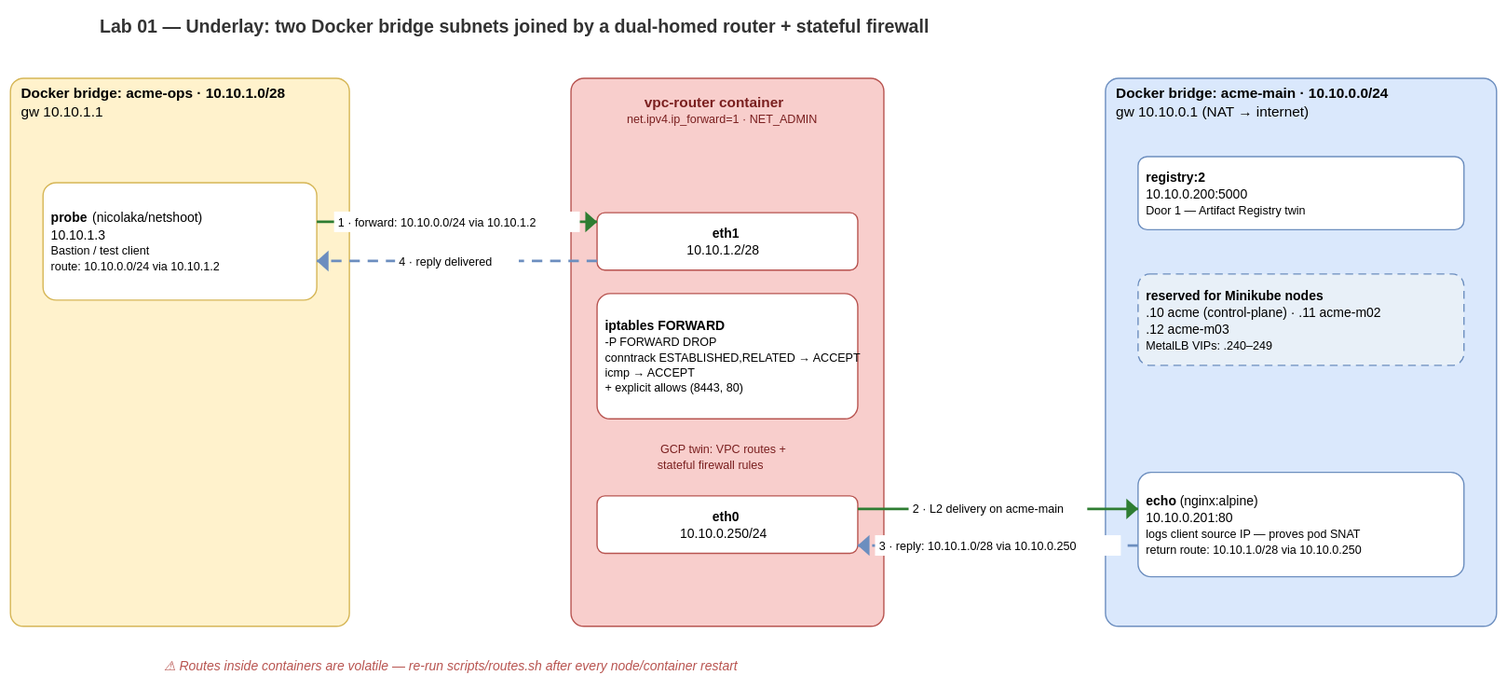
Above: docs/diagrams/lab01-underlay-topology.drawio.svg in nitinkc/KubernetesConcepts (draw.io), before the change. Source tidied: cells renumbered, new cells last; positions are measured from the earlier drawing's top-left corner, leaving out a move shared by most shapes.
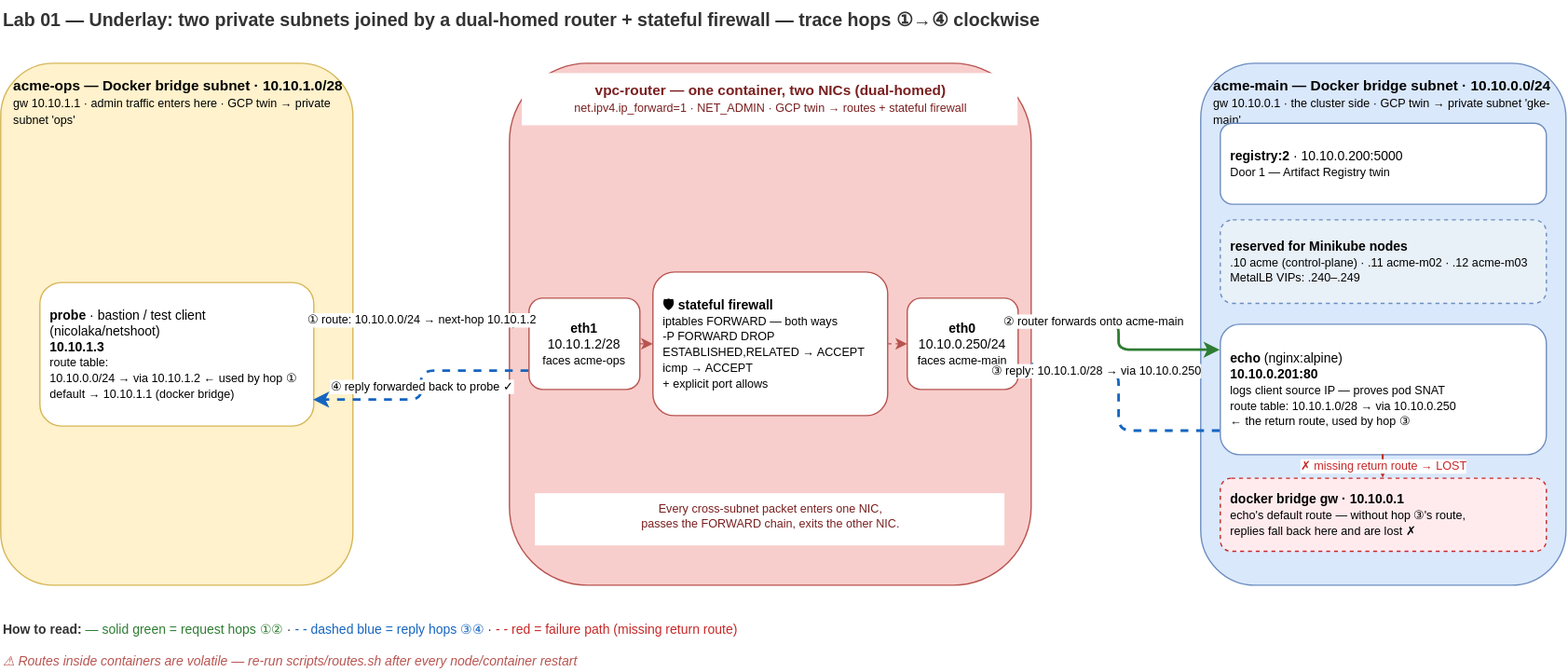
The same file after the commit.

What changed in the source:
```diff
@@ -2,59 +2,74 @@
   <root>
     <mxCell id="0" />
     <mxCell id="1" parent="0" />
-    <mxCell id="2" value="Lab 01 — Underlay: two Docker bridge subnets joined by a dual-homed router + stateful firewall" style="text;html=1;fillColor=#ffffff;fontSize=14;fontStyle=1;fontColor=#333333;" parent="1" vertex="1">
-      <mxGeometry width="900" height="24" as="geometry" />
+    <mxCell id="2" value="Lab 01 — Underlay: two private subnets joined by a dual-homed router + stateful firewall — trace hops ①→④ clockwise" style="text;html=1;fillColor=#ffffff;fontSize=14;fontStyle=1;fontColor=#333333;" parent="1" vertex="1">
+      <mxGeometry width="1100" height="24" as="geometry" />
     </mxCell>
-    <mxCell id="3" value="&lt;b&gt;Docker bridge: acme-ops · 10.10.1.0/28&lt;/b&gt;&lt;br/&gt;gw 10.10.1.1" style="rounded=1;whiteSpace=wrap;html=1;fillColor=#fff2cc;strokeColor=#d6b656;verticalAlign=top;align=left;spacingLeft=8;spacingTop=4;fontSize=11;" parent="1" vertex="1">
-      <mxGeometry y="52" width="260" height="420" as="geometry" />
+    <mxCell id="3" value="&lt;b&gt;acme-ops — Docker bridge subnet · 10.10.1.0/28&lt;/b&gt;&lt;br/&gt;&lt;font style=&quot;font-size:9px&quot;&gt;gw 10.10.1.1 · admin traffic enters here · GCP twin → private subnet 'ops'&lt;/font&gt;" style="rounded=1;whiteSpace=wrap;html=1;fillColor=#fff2cc;strokeColor=#d6b656;verticalAlign=top;align=left;spacingLeft=8;spacingTop=4;fontSize=11;" parent="1" vertex="1">
+      <mxGeometry y="48" width="270" height="400" as="geometry" />
     </mxCell>
-    <mxCell id="4" value="&lt;b&gt;probe&lt;/b&gt; (nicolaka/netshoot)&lt;br/&gt;10.10.1.3&lt;br/&gt;&lt;font style=&quot;font-size:9px&quot;&gt;Bastion / test client&lt;br/&gt;route: 10.10.0.0/24 via 10.10.1.2&lt;/font&gt;" style="rounded=1;whiteSpace=wrap;html=1;fillColor=#ffffff;strokeColor=#d6b656;fontSize=10;align=left;spacingLeft=6;" parent="3" vertex="1">
-      <mxGeometry x="25" y="80" width="210" height="90" as="geometry" />
+    <mxCell id="4" value="&lt;b&gt;probe&lt;/b&gt; · bastion / test client&lt;br/&gt;(nicolaka/netshoot)&lt;br/&gt;&lt;b&gt;10.10.1.3&lt;/b&gt;&lt;br/&gt;&lt;font style=&quot;font-size:9px&quot;&gt;route table:&lt;br/&gt;10.10.0.0/24 → via 10.10.1.2 ← used by hop ①&lt;br/&gt;default → 10.10.1.1 (docker bridge)&lt;/font&gt;" style="rounded=1;whiteSpace=wrap;html=1;fillColor=#ffffff;strokeColor=#d6b656;fontSize=10;align=left;spacingLeft=6;" parent="3" vertex="1">
+      <mxGeometry x="30" y="168" width="210" height="110" as="geometry" />
     </mxCell>
     <mxCell id="5" style="rounded=1;whiteSpace=wrap;html=1;fillColor=#f8cecc;strokeColor=#b85450;verticalAlign=top;align=center;spacingTop=4;fontSize=11;" parent="1" vertex="1">
-      <mxGeometry x="430" y="52" width="240" height="420" as="geometry" />
+      <mxGeometry x="390" y="48" width="400" height="400" as="geometry" />
     </mxCell>
-    <mxCell id="6" value="&lt;b&gt;vpc-router container&lt;/b&gt;&lt;br/&gt;&lt;font style=&quot;font-size:9px&quot;&gt;net.ipv4.ip_forward=1 · NET_ADMIN&lt;/font&gt;" style="text;html=1;fillColor=#ffffff;fontSize=11;fontColor=#7a1f1f;align=center;" parent="5" vertex="1">
-      <mxGeometry x="10" y="6" width="220" height="36" as="geometry" />
+    <mxCell id="6" value="&lt;b&gt;vpc-router — one container, two NICs (dual-homed)&lt;/b&gt;&lt;br/&gt;&lt;font style=&quot;font-size:9px&quot;&gt;net.ipv4.ip_forward=1 · NET_ADMIN · GCP twin → routes + stateful firewall&lt;/font&gt;" style="text;html=1;fillColor=#ffffff;fontSize=11;fontColor=#7a1f1f;align=center;" parent="5" vertex="1">
+      <mxGeometry x="10" y="8" width="380" height="40" as="geometry" />
     </mxCell>
-    <mxCell id="7" value="&lt;b&gt;eth1&lt;/b&gt;&lt;br/&gt;10.10.1.2/28" style="rounded=1;whiteSpace=wrap;html=1;fillColor=#ffffff;strokeColor=#b85450;fontSize=10;" parent="5" vertex="1">
-      <mxGeometry x="20" y="103" width="200" height="44" as="geometry" />
+    <mxCell id="7" value="&lt;b&gt;eth1&lt;/b&gt;&lt;br/&gt;10.10.1.2/28&lt;br/&gt;&lt;font style=&quot;font-size:9px&quot;&gt;faces acme-ops&lt;/font&gt;" style="rounded=1;whiteSpace=wrap;html=1;fillColor=#ffffff;strokeColor=#b85450;fontSize=10;" parent="5" vertex="1">
+      <mxGeometry x="15" y="180" width="85" height="70" as="geometry" />
     </mxCell>
-    <mxCell id="8" value="&lt;b&gt;iptables FORWARD&lt;/b&gt;&lt;br/&gt;&lt;font style=&quot;font-size:9px&quot;&gt;-P FORWARD DROP&lt;br/&gt;conntrack ESTABLISHED,RELATED → ACCEPT&lt;br/&gt;icmp → ACCEPT&lt;br/&gt;+ explicit allows (8443, 80)&lt;/font&gt;" style="rounded=1;whiteSpace=wrap;html=1;fillColor=#ffffff;strokeColor=#b85450;fontSize=10;align=left;spacingLeft=6;" parent="5" vertex="1">
-      <mxGeometry x="20" y="165" width="200" height="96" as="geometry" />
-    </mxCell>
-    <mxCell id="9" value="&lt;font style=&quot;font-size:9px&quot;&gt;GCP twin: VPC routes +&lt;br/&gt;stateful firewall rules&lt;/font&gt;" style="text;html=1;fillColor=#ffffff;fontSize=9;fontColor=#7a1f1f;align=center;" parent="5" vertex="1">
-      <mxGeometry x="20" y="272" width="200" height="36" as="geometry" />
-    </mxCell>
+    <mxCell id="20" value="&lt;b&gt;🛡 stateful firewall&lt;/b&gt;&lt;br/&gt;&lt;font style=&quot;font-size:9px&quot;&gt;iptables FORWARD — both ways&lt;br/&gt;-P FORWARD DROP&lt;br/&gt;ESTABLISHED,RELATED → ACCEPT&lt;br/&gt;icmp → ACCEPT&lt;br/&gt;+ explicit port allows&lt;/font&gt;" style="rounded=1;whiteSpace=wrap;html=1;fillColor=#ffffff;strokeColor=#b85450;fontSize=10;align=left;spacingLeft=6;" parent="5" vertex="1">
+      <mxGeometry x="110" y="160" width="180" height="110" as="geometry" />
+    </mxCell>
-    <mxCell id="10" value="&lt;b&gt;eth0&lt;/b&gt;&lt;br/&gt;10.10.0.250/24" style="rounded=1;whiteSpace=wrap;html=1;fillColor=#ffffff;strokeColor=#b85450;fontSize=10;" parent="5" vertex="1">
-      <mxGeometry x="20" y="320" width="200" height="44" as="geometry" />
+    <mxCell id="10" value="&lt;b&gt;eth0&lt;/b&gt;&lt;br/&gt;10.10.0.250/24&lt;br/&gt;&lt;font style=&quot;font-size:9px&quot;&gt;faces acme-main&lt;/font&gt;" style="rounded=1;whiteSpace=wrap;html=1;fillColor=#ffffff;strokeColor=#b85450;fontSize=10;" parent="5" vertex="1">
+      <mxGeometry x="305" y="180" width="85" height="70" as="geometry" />
     </mxCell>
+    <mxCell id="21" value="&lt;font style=&quot;font-size:9px&quot;&gt;Every cross-subnet packet enters one NIC,&lt;br/&gt;passes the FORWARD chain, exits the other NIC.&lt;/font&gt;" style="text;html=1;fillColor=#ffffff;fontSize=9;fontColor=#7a1f1f;align=center;" parent="5" vertex="1">
+      <mxGeometry x="20" y="330" width="360" height="40" as="geometry" />
+    </mxCell>
+    <mxCell id="22" style="edgeStyle=orthogonalEdgeStyle;html=1;strokeColor=#b85450;strokeWidth=1;dashed=1;" parent="1" edge="1" source="7" target="20">
+      <mxGeometry relative="1" as="geometry" />
+    </mxCell>
+    <mxCell id="23" style="edgeStyle=orthogonalEdgeStyle;html=1;strokeColor=#b85450;strokeWidth=1;dashed=1;" parent="1" edge="1" source="20" target="10">
+      <mxGeometry relative="1" as="geometry" />
+    </mxCell>
-    <mxCell id="11" value="&lt;b&gt;Docker bridge: acme-main · 10.10.0.0/24&lt;/b&gt;&lt;br/&gt;gw 10.10.0.1 (NAT → internet)" style="rounded=1;whiteSpace=wrap;html=1;fillColor=#dae8fc;strokeColor=#6c8ebf;verticalAlign=top;align=left;spacingLeft=8;spacingTop=4;fontSize=11;" parent="1" vertex="1">
-      <mxGeometry x="840" y="52" width="300" height="420" as="geometry" />
+    <mxCell id="11" value="&lt;b&gt;acme-main — Docker bridge subnet · 10.10.0.0/24&lt;/b&gt;&lt;br/&gt;&lt;font style=&quot;font-size:9px&quot;&gt;gw 10.10.0.1 · the cluster side · GCP twin → private subnet 'gke-main'&lt;/font&gt;" style="rounded=1;whiteSpace=wrap;html=1;fillColor=#dae8fc;strokeColor=#6c8ebf;verticalAlign=top;align=left;spacingLeft=8;spacingTop=4;fontSize=11;" parent="1" vertex="1">
+      <mxGeometry x="920" y="48" width="280" height="400" as="geometry" />
     </mxCell>
-    <mxCell id="12" value="&lt;b&gt;registry:2&lt;/b&gt;&lt;br/&gt;10.10.0.200:5000&lt;br/&gt;&lt;font style=&quot;font-size:9px&quot;&gt;Door 1 — Artifact Registry twin&lt;/font&gt;" style="rounded=1;whiteSpace=wrap;html=1;fillColor=#ffffff;strokeColor=#6c8ebf;fontSize=10;align=left;spacingLeft=6;" parent="11" vertex="1">
-      <mxGeometry x="25" y="60" width="250" height="56" as="geometry" />
+    <mxCell id="12" value="&lt;b&gt;registry:2&lt;/b&gt; · 10.10.0.200:5000&lt;br/&gt;&lt;font style=&quot;font-size:9px&quot;&gt;Door 1 — Artifact Registry twin&lt;/font&gt;" style="rounded=1;whiteSpace=wrap;html=1;fillColor=#ffffff;strokeColor=#6c8ebf;fontSize=10;align=left;spacingLeft=6;" parent="11" vertex="1">
+      <mxGeometry x="15" y="46" width="250" height="62" as="geometry" />
     </mxCell>
-    <mxCell id="13" value="&lt;b&gt;reserved for Minikube nodes&lt;/b&gt;&lt;br/&gt;.10 acme (control-plane) · .11 acme-m02&lt;br/&gt;.12 acme-m03&lt;br/&gt;&lt;font style=&quot;font-size:9px&quot;&gt;MetalLB VIPs: .240–249&lt;/font&gt;" style="rounded=1;whiteSpace=wrap;html=1;fillColor=#e8f0f8;strokeColor=#6c8ebf;dashed=1;fontSize=10;align=left;spacingLeft=6;" parent="11" vertex="1">
-      <mxGeometry x="25" y="150" width="250" height="70" as="geometry" />
+    <mxCell id="13" value="&lt;b&gt;reserved for Minikube nodes&lt;/b&gt;&lt;br/&gt;&lt;font style=&quot;font-size:9px&quot;&gt;.10 acme (control-plane) · .11 acme-m02 · .12 acme-m03&lt;br/&gt;MetalLB VIPs: .240–.249&lt;/font&gt;" style="rounded=1;whiteSpace=wrap;html=1;fillColor=#e8f0f8;strokeColor=#6c8ebf;dashed=1;fontSize=10;align=left;spacingLeft=6;" parent="11" vertex="1">
+      <mxGeometry x="15" y="120" width="250" height="64" as="geometry" />
     </mxCell>
-    <mxCell id="14" value="&lt;b&gt;echo&lt;/b&gt; (nginx:alpine)&lt;br/&gt;10.10.0.201:80&lt;br/&gt;&lt;font style=&quot;font-size:9px&quot;&gt;logs client source IP — proves pod SNAT&lt;br/&gt;return route: 10.10.1.0/28 via 10.10.0.250&lt;/font&gt;" style="rounded=1;whiteSpace=wrap;html=1;fillColor=#ffffff;strokeColor=#6c8ebf;fontSize=10;align=left;spacingLeft=6;" parent="11" vertex="1">
-      <mxGeometry x="25" y="302" width="250" height="80" as="geometry" />
+    <mxCell id="14" value="&lt;b&gt;echo&lt;/b&gt; (nginx:alpine)&lt;br/&gt;&lt;b&gt;10.10.0.201:80&lt;/b&gt;&lt;br/&gt;&lt;font style=&quot;font-size:9px&quot;&gt;logs client source IP — proves pod SNAT&lt;br/&gt;route table: 10.10.1.0/28 → via 10.10.0.250&lt;br/&gt;← the return route, used by hop ③&lt;/font&gt;" style="rounded=1;whiteSpace=wrap;html=1;fillColor=#ffffff;strokeColor=#6c8ebf;fontSize=10;align=left;spacingLeft=6;" parent="11" vertex="1">
+      <mxGeometry x="15" y="200" width="250" height="100" as="geometry" />
     </mxCell>
+    <mxCell id="24" value="&lt;b&gt;docker bridge gw · 10.10.0.1&lt;/b&gt;&lt;br/&gt;&lt;font style=&quot;font-size:9px&quot;&gt;echo's default route — without hop ③'s route,&lt;br/&gt;replies fall back here and are lost ✗&lt;/font&gt;" style="rounded=1;whiteSpace=wrap;html=1;fillColor=#ffebee;strokeColor=#c62828;dashed=1;fontSize=10;align=left;spacingLeft=6;" parent="11" vertex="1">
+      <mxGeometry x="15" y="318" width="250" height="56" as="geometry" />
+    </mxCell>
-    <mxCell id="15" value="1 · forward: 10.10.0.0/24 via 10.10.1.2" style="edgeStyle=orthogonalEdgeStyle;html=1;strokeColor=#2e7d32;strokeWidth=2;fontSize=9;labelBackgroundColor=#ffffff;exitX=1;exitY=0.333;entryX=0;entryY=0.159;" parent="1" edge="1" source="4" target="7">
+    <mxCell id="15" value="① route: 10.10.0.0/24 → next-hop 10.10.1.2" style="edgeStyle=orthogonalEdgeStyle;html=1;strokeColor=#2e7d32;strokeWidth=2;fontSize=9;labelBackgroundColor=#ffffff;exitX=1;exitY=0.25;entryX=0;entryY=0.25;" parent="1" edge="1" source="4" target="7">
       <mxGeometry relative="1" as="geometry" />
     </mxCell>
-    <mxCell id="16" value="4 · reply delivered" style="edgeStyle=orthogonalEdgeStyle;html=1;strokeColor=#6c8ebf;strokeWidth=2;dashed=1;fontSize=9;labelBackgroundColor=#ffffff;exitX=0;exitY=0.84;entryX=1;entryY=0.667;" parent="1" edge="1" source="7" target="4">
-      <mxGeometry relative="1" as="geometry" />
-    </mxCell>
-    <mxCell id="17" value="2 · L2 delivery on acme-main" style="edgeStyle=orthogonalEdgeStyle;html=1;strokeColor=#2e7d32;strokeWidth=2;fontSize=9;labelBackgroundColor=#ffffff;exitX=1;exitY=0.227;entryX=0;entryY=0.35;" parent="1" edge="1" source="10" target="14">
-      <mxGeometry relative="1" as="geometry" />
+    <mxCell id="17" value="② router forwards onto acme-main" style="edgeStyle=orthogonalEdgeStyle;html=1;strokeColor=#2e7d32;strokeWidth=2;fontSize=9;labelBackgroundColor=#ffffff;exitX=1;exitY=0.25;entryX=0;entryY=0.2;" parent="1" edge="1" source="10" target="14">
+      <mxGeometry x="-0.35" relative="1" as="geometry" />
     </mxCell>
-    <mxCell id="18" value="3 · reply: 10.10.1.0/28 via 10.10.0.250" style="edgeStyle=orthogonalEdgeStyle;html=1;strokeColor=#6c8ebf;strokeWidth=2;dashed=1;fontSize=9;labelBackgroundColor=#ffffff;exitX=0;exitY=0.7;entryX=1;entryY=0.864;" parent="1" edge="1" source="14" target="10">
-      <mxGeometry relative="1" as="geometry" />
+    <mxCell id="18" value="③ reply: 10.10.1.0/28 → via 10.10.0.250" style="edgeStyle=orthogonalEdgeStyle;html=1;strokeColor=#1565c0;strokeWidth=2;dashed=1;fontSize=9;labelBackgroundColor=#ffffff;exitX=0;exitY=0.82;entryX=1;entryY=0.8;" parent="1" edge="1" source="14" target="10">
+      <mxGeometry x="0.4" relative="1" as="geometry" />
     </mxCell>
+    <mxCell id="16" value="④ reply forwarded back to probe ✓" style="edgeStyle=orthogonalEdgeStyle;html=1;strokeColor=#1565c0;strokeWidth=2;dashed=1;fontSize=9;labelBackgroundColor=#ffffff;exitX=0;exitY=0.8;entryX=1;entryY=0.82;" parent="1" edge="1" source="7" target="4">
+      <mxGeometry relative="1" as="geometry" />
+    </mxCell>
+    <mxCell id="25" value="✗ missing return route → LOST" style="edgeStyle=orthogonalEdgeStyle;html=1;strokeColor=#c62828;strokeWidth=1.5;dashed=1;fontSize=9;fontColor=#c62828;labelBackgroundColor=#ffffff;exitX=0.5;exitY=1;entryX=0.5;entryY=0;" parent="1" edge="1" source="14" target="24">
+      <mxGeometry relative="1" as="geometry" />
+    </mxCell>
+    <mxCell id="26" value="&lt;b&gt;How to read:&lt;/b&gt; &lt;font color=&quot;#2e7d32&quot;&gt;— solid green = request hops ①②&lt;/font&gt; · &lt;font color=&quot;#1565c0&quot;&gt;- - dashed blue = reply hops ③④&lt;/font&gt; · &lt;font color=&quot;#c62828&quot;&gt;- - red = failure path (missing return route)&lt;/font&gt;" style="text;html=1;fillColor=#ffffff;fontSize=10;fontColor=#333333;" parent="1" vertex="1">
+      <mxGeometry y="470" width="900" height="20" as="geometry" />
+    </mxCell>
     <mxCell id="19" value="⚠ Routes inside containers are volatile — re-run scripts/routes.sh after every node/container restart" style="text;html=1;fillColor=#ffffff;fontSize=10;fontColor=#b85450;fontStyle=2;" parent="1" vertex="1">
-      <mxGeometry y="492" width="760" height="20" as="geometry" />
+      <mxGeometry y="494" width="760" height="20" as="geometry" />
     </mxCell>
   </root>
 </mxGraphModel>
```
